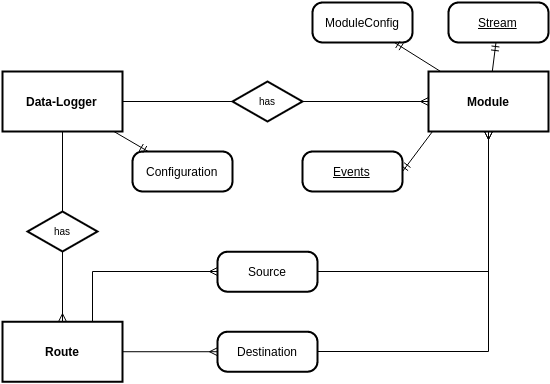
This is docs/tex_files/pics/entity_bc.png from dejwoo/bachelor_thesis, a draw.io export, as it was before one commit. Source tidied: cells renumbered, new cells last; positions are measured from the earlier drawing's top-left corner, leaving out a move shared by most shapes.
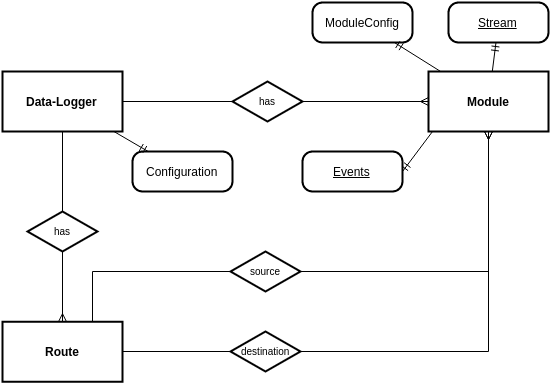
The same diagram one commit later.

Commit message:
entity_relation fix

Change to the diagram source:
```diff
@@ -2,9 +2,12 @@
   <root>
     <mxCell id="0" style="html=1;" />
     <mxCell id="1" style="html=1;" parent="0" />
-    <mxCell id="2" style="edgeStyle=orthogonalEdgeStyle;rounded=0;html=1;exitX=0.75;exitY=0;entryX=0;entryY=0.5;endArrow=ERmany;endFill=0;jettySize=auto;" parent="1" edge="1" source="3" target="24">
-      <mxGeometry relative="1" as="geometry" />
-    </mxCell>
+    <mxCell id="25" style="edgeStyle=orthogonalEdgeStyle;rounded=0;html=1;exitX=0.75;exitY=0;entryX=0;entryY=0.5;endArrow=none;endFill=0;jettySize=auto;" parent="1" edge="1" source="3" target="27">
+      <mxGeometry relative="1" as="geometry" />
+    </mxCell>
+    <mxCell id="26" style="edgeStyle=orthogonalEdgeStyle;rounded=0;html=1;exitX=1;exitY=0.5;entryX=0;entryY=0.5;endArrow=none;endFill=0;jettySize=auto;" parent="1" edge="1" source="3" target="28">
+      <mxGeometry relative="1" as="geometry" />
+    </mxCell>
     <mxCell id="3" value="Route" style="strokeWidth=2;shape=mxgraph.er.entity;fontColor=#000000;buttonStyle=rect;fillColor=#ffffff;buttonText=;fontStyle=1;html=1;" parent="1" vertex="1">
       <mxGeometry y="319.2" width="120" height="60" as="geometry" />
     </mxCell>
@@ -32,12 +35,6 @@
     <mxCell id="11" style="edgeStyle=none;endArrow=none;noEdgeStyle=1;html=1;" parent="1" edge="1" source="7" target="4">
       <mxGeometry relative="1" as="geometry" />
     </mxCell>
-    <mxCell id="12" style="edgeStyle=orthogonalEdgeStyle;rounded=0;html=1;exitX=1;exitY=0.5;endArrow=ERmany;endFill=0;jettySize=auto;" parent="1" edge="1" source="13" target="5">
-      <mxGeometry relative="1" as="geometry" />
-    </mxCell>
-    <mxCell id="13" value="Destination" style="strokeWidth=2;shape=mxgraph.er.entity;fontColor=#000000;buttonStyle=round;fillColor=#ffffff;buttonText=;html=1;" parent="1" vertex="1">
-      <mxGeometry x="215" y="329.2" width="100" height="40" as="geometry" />
-    </mxCell>
     <mxCell id="14" value="Configuration" style="strokeWidth=2;shape=mxgraph.er.entity;fontColor=#000000;buttonStyle=round;fillColor=#ffffff;buttonText=;html=1;" parent="1" vertex="1">
       <mxGeometry x="130" y="149" width="100" height="40" as="geometry" />
     </mxCell>
@@ -47,9 +44,6 @@
     <mxCell id="16" value="ModuleConfig" style="strokeWidth=2;shape=mxgraph.er.entity;fontColor=#000000;buttonStyle=round;fillColor=#ffffff;buttonText=;html=1;" parent="1" vertex="1">
       <mxGeometry x="310" width="100" height="40" as="geometry" />
     </mxCell>
-    <mxCell id="17" style="edgeStyle=none;endArrow=ERmany;html=1;endFill=0;" parent="1" edge="1" source="3" target="13">
-      <mxGeometry relative="1" as="geometry" />
-    </mxCell>
     <mxCell id="18" style="edgeStyle=none;endArrow=ERmandOne;html=1;" parent="1" edge="1" source="5" target="15">
       <mxGeometry relative="1" as="geometry" />
     </mxCell>
@@ -67,11 +61,25 @@
     <mxCell id="22" value="Events" style="strokeWidth=2;shape=mxgraph.er.entity;fontColor=#000000;buttonStyle=round;fillColor=#ffffff;buttonText=;fontStyle=4;html=1;" parent="1" vertex="1">
       <mxGeometry x="300" y="149" width="100" height="40" as="geometry" />
     </mxCell>
-    <mxCell id="23" style="edgeStyle=orthogonalEdgeStyle;rounded=0;html=1;exitX=1;exitY=0.5;entryX=0.5;entryY=1;endArrow=ERmany;endFill=0;jettySize=auto;" parent="1" edge="1" source="24" target="5">
-      <mxGeometry relative="1" as="geometry" />
+    <mxCell id="23" style="edgeStyle=orthogonalEdgeStyle;rounded=0;html=1;exitX=1;exitY=0.5;entryX=0.5;entryY=1;endArrow=ERmany;endFill=0;jettySize=auto;" parent="1" edge="1" source="27" target="5">
+      <mxGeometry relative="1" as="geometry">
+        <Array as="points">
+          <mxPoint x="486" y="269" />
+        </Array>
+      </mxGeometry>
     </mxCell>
-    <mxCell id="24" value="Source" style="strokeWidth=2;shape=mxgraph.er.entity;fontColor=#000000;buttonStyle=round;fillColor=#ffffff;buttonText=;html=1;" parent="1" vertex="1">
-      <mxGeometry x="215" y="249.2" width="100" height="40" as="geometry" />
-    </mxCell>
+    <mxCell id="12" style="edgeStyle=orthogonalEdgeStyle;rounded=0;html=1;exitX=1;exitY=0.5;endArrow=ERmany;endFill=0;jettySize=auto;" parent="1" edge="1" source="28" target="5">
+      <mxGeometry relative="1" as="geometry">
+        <Array as="points">
+          <mxPoint x="486" y="349" />
+        </Array>
+      </mxGeometry>
+    </mxCell>
+    <mxCell id="27" value="source" style="strokeWidth=2;shape=mxgraph.er.has;buttonText=;fontSize=10;buttonStyle=rhombus;fontColor=#000000;fontStyle=0;html=1;" parent="1" vertex="1">
+      <mxGeometry x="228" y="249" width="70" height="40" as="geometry" />
+    </mxCell>
+    <mxCell id="28" value="destination" style="strokeWidth=2;shape=mxgraph.er.has;buttonText=;fontSize=10;buttonStyle=rhombus;fontColor=#000000;fontStyle=0;html=1;" parent="1" vertex="1">
+      <mxGeometry x="228" y="329" width="70" height="40" as="geometry" />
+    </mxCell>
   </root>
 </mxGraphModel>
```
